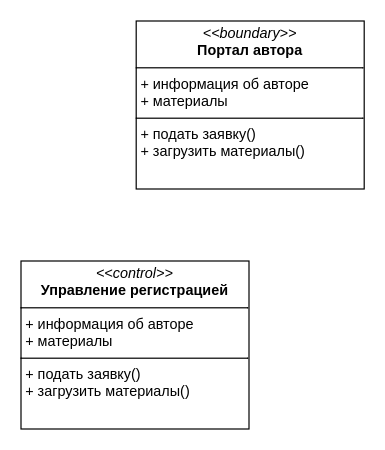
danaddi/draw.io keeps this draw.io diagram as ortps4_1.drawio. Above is the earlier version. Source tidied: cells renumbered, new cells numbered last; positions are measured from the earlier drawing's top-left corner, leaving out a move shared by most shapes. Both pictures are drawn from the tidied source at 120%, with x=0, y=0 at pixel (20, 20).
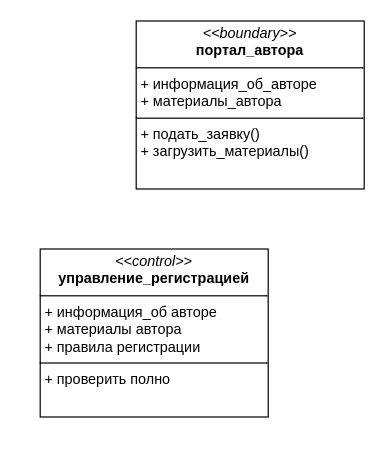
The same page after the edit.

The edit, as a diff of the source:
```diff
@@
 <mxGraphModel>
   <root>
     <mxCell id="0" />
     <mxCell id="1" parent="0" />
-    <mxCell id="2" value="&lt;p style=&quot;margin:0px;margin-top:4px;text-align:center;&quot;&gt;&lt;i&gt;&amp;lt;&amp;lt;boundary&amp;gt;&amp;gt;&lt;/i&gt;&lt;br&gt;&lt;b&gt;Портал автора&lt;/b&gt;&lt;/p&gt;&lt;hr size=&quot;1&quot; style=&quot;border-style:solid;&quot;&gt;&lt;p style=&quot;margin:0px;margin-left:4px;&quot;&gt;+ информация об авторе&lt;/p&gt;&lt;p style=&quot;margin:0px;margin-left:4px;&quot;&gt;+ материалы&lt;/p&gt;&lt;hr size=&quot;1&quot; style=&quot;border-style:solid;&quot;&gt;&lt;p style=&quot;margin:0px;margin-left:4px;&quot;&gt;+ подать заявку()&lt;/p&gt;&lt;p style=&quot;margin:0px;margin-left:4px;&quot;&gt;+ загрузить материалы()&lt;/p&gt;" style="verticalAlign=top;align=left;overflow=fill;html=1;whiteSpace=wrap;" parent="1" vertex="1">
+    <mxCell id="2" value="&lt;p style=&quot;margin:0px;margin-top:4px;text-align:center;&quot;&gt;&lt;i&gt;&amp;lt;&amp;lt;boundary&amp;gt;&amp;gt;&lt;/i&gt;&lt;br&gt;&lt;b&gt;портал_автора&lt;/b&gt;&lt;/p&gt;&lt;hr size=&quot;1&quot; style=&quot;border-style:solid;&quot;&gt;&lt;p style=&quot;margin:0px;margin-left:4px;&quot;&gt;+ информация_об_авторе&lt;/p&gt;&lt;p style=&quot;margin:0px;margin-left:4px;&quot;&gt;+ материалы_автора&lt;/p&gt;&lt;hr size=&quot;1&quot; style=&quot;border-style:solid;&quot;&gt;&lt;p style=&quot;margin:0px;margin-left:4px;&quot;&gt;+ подать_заявку()&lt;/p&gt;&lt;p style=&quot;margin:0px;margin-left:4px;&quot;&gt;+ загрузить_материалы()&lt;/p&gt;" style="verticalAlign=top;align=left;overflow=fill;html=1;whiteSpace=wrap;" parent="1" vertex="1">
       <mxGeometry x="96" width="190" height="140" as="geometry" />
     </mxCell>
-    <mxCell id="3" value="&lt;p style=&quot;margin:0px;margin-top:4px;text-align:center;&quot;&gt;&lt;i&gt;&amp;lt;&amp;lt;control&amp;gt;&amp;gt;&lt;/i&gt;&lt;br&gt;&lt;b&gt;Управление регистрацией&lt;/b&gt;&lt;/p&gt;&lt;hr size=&quot;1&quot; style=&quot;border-style:solid;&quot;&gt;&lt;p style=&quot;margin:0px;margin-left:4px;&quot;&gt;+ информация об авторе&lt;/p&gt;&lt;p style=&quot;margin:0px;margin-left:4px;&quot;&gt;+ материалы&lt;/p&gt;&lt;hr size=&quot;1&quot; style=&quot;border-style:solid;&quot;&gt;&lt;p style=&quot;margin:0px;margin-left:4px;&quot;&gt;+ подать заявку()&lt;/p&gt;&lt;p style=&quot;margin:0px;margin-left:4px;&quot;&gt;+ загрузить материалы()&lt;/p&gt;" style="verticalAlign=top;align=left;overflow=fill;html=1;whiteSpace=wrap;" parent="1" vertex="1">
-      <mxGeometry y="200" width="190" height="140" as="geometry" />
+    <mxCell id="3" value="&lt;p style=&quot;margin:0px;margin-top:4px;text-align:center;&quot;&gt;&lt;i&gt;&amp;lt;&amp;lt;control&amp;gt;&amp;gt;&lt;/i&gt;&lt;br&gt;&lt;b&gt;управление_регистрацией&lt;/b&gt;&lt;/p&gt;&lt;hr size=&quot;1&quot; style=&quot;border-style:solid;&quot;&gt;&lt;p style=&quot;margin:0px;margin-left:4px;&quot;&gt;+ информация_об авторе&lt;/p&gt;&lt;p style=&quot;margin:0px;margin-left:4px;&quot;&gt;+ материалы автора&lt;br&gt;+ правила регистрации&lt;/p&gt;&lt;hr size=&quot;1&quot; style=&quot;border-style:solid;&quot;&gt;&lt;p style=&quot;margin:0px;margin-left:4px;&quot;&gt;+ проверить полно&lt;/p&gt;" style="verticalAlign=top;align=left;overflow=fill;html=1;whiteSpace=wrap;" parent="1" vertex="1">
+      <mxGeometry x="16" y="190" width="190" height="140" as="geometry" />
     </mxCell>
   </root>
 </mxGraphModel>
```
